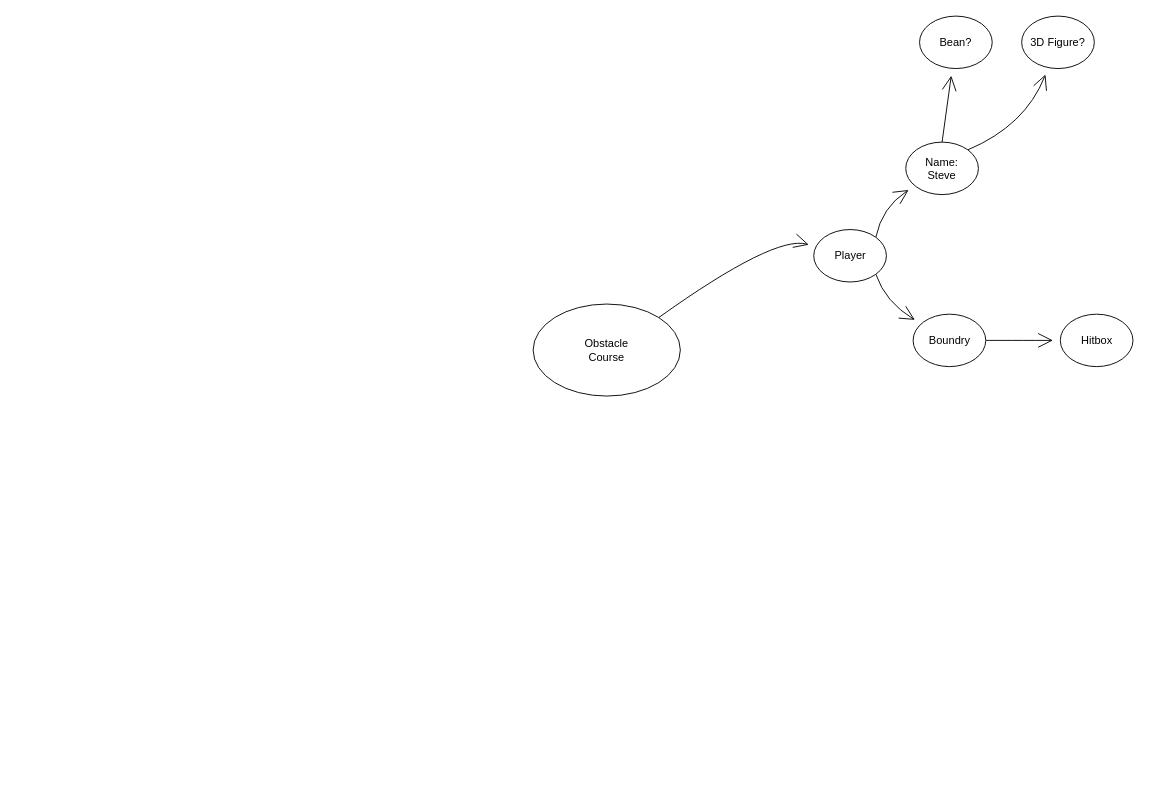
This is Obstacle Course_UnityLearning.drawio from i1salamakha/ObstacleCourse_LearningUnity, a draw.io file, before an edit. Source tidied: cells renumbered, new cells numbered last; positions are measured from the earlier drawing's top-left corner, leaving out a move shared by most shapes. Both pictures are drawn from the tidied source at 92%, with x=0, y=0 at pixel (533, 16).
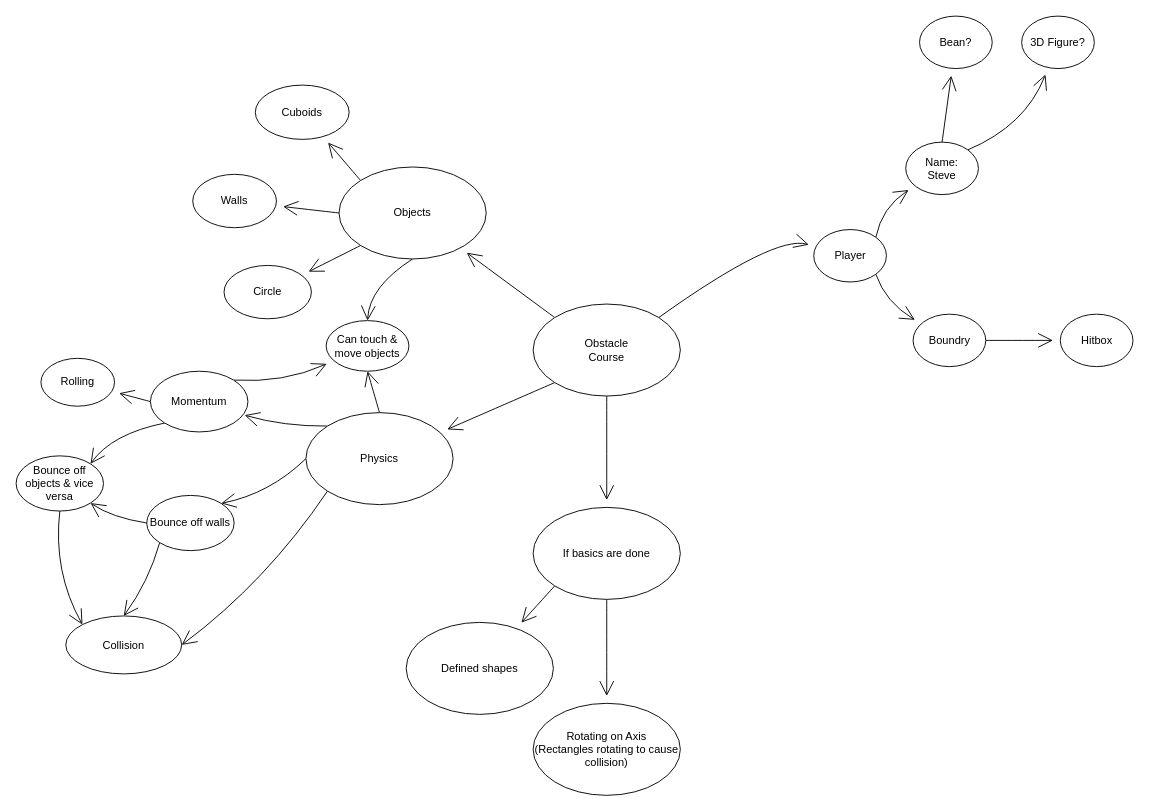
After the change.

Unchanged cells that the change refers to:
```xml
<mxCell id="2" style="ellipse;whiteSpace=wrap;html=1;hachureGap=4;" parent="1" vertex="1">
  <mxGeometry y="313" width="160" height="100" as="geometry" />
</mxCell>
```

The edit, as a diff of the source:
```diff
@@
+    <mxCell id="19" style="edgeStyle=none;curved=1;rounded=0;jettySize=auto;html=1;exitX=0;exitY=0;exitDx=0;exitDy=0;endArrow=open;startSize=14;endSize=14;sourcePerimeterSpacing=8;targetPerimeterSpacing=8;" parent="1" edge="1" source="2" target="26">
+      <mxGeometry relative="1" as="geometry" />
+    </mxCell>
+    <mxCell id="20" style="edgeStyle=none;curved=1;rounded=0;jettySize=auto;html=1;exitX=0.5;exitY=1;exitDx=0;exitDy=0;endArrow=open;startSize=14;endSize=14;sourcePerimeterSpacing=8;targetPerimeterSpacing=8;" parent="1" edge="1" source="2" target="29">
+      <mxGeometry relative="1" as="geometry" />
+    </mxCell>
+    <mxCell id="21" style="edgeStyle=none;curved=1;rounded=0;jettySize=auto;html=1;exitX=0;exitY=1;exitDx=0;exitDy=0;endArrow=open;startSize=14;endSize=14;sourcePerimeterSpacing=8;targetPerimeterSpacing=8;" parent="1" edge="1" source="2" target="34">
+      <mxGeometry relative="1" as="geometry" />
+    </mxCell>
@@
+    <mxCell id="22" style="edgeStyle=none;curved=1;rounded=0;jettySize=auto;html=1;exitX=0;exitY=1;exitDx=0;exitDy=0;endArrow=open;startSize=14;endSize=14;sourcePerimeterSpacing=8;targetPerimeterSpacing=8;" parent="1" edge="1" source="26" target="41">
+      <mxGeometry relative="1" as="geometry" />
+    </mxCell>
+    <mxCell id="23" style="edgeStyle=none;curved=1;rounded=0;jettySize=auto;html=1;exitX=0;exitY=0.5;exitDx=0;exitDy=0;endArrow=open;startSize=14;endSize=14;sourcePerimeterSpacing=8;targetPerimeterSpacing=8;" parent="1" edge="1" source="26" target="42">
+      <mxGeometry relative="1" as="geometry" />
+    </mxCell>
+    <mxCell id="24" style="edgeStyle=none;curved=1;rounded=0;jettySize=auto;html=1;exitX=0;exitY=0;exitDx=0;exitDy=0;endArrow=open;startSize=14;endSize=14;sourcePerimeterSpacing=8;targetPerimeterSpacing=8;" parent="1" edge="1" source="26" target="43">
+      <mxGeometry relative="1" as="geometry" />
+    </mxCell>
+    <mxCell id="25" style="edgeStyle=none;curved=1;rounded=0;jettySize=auto;html=1;exitX=0.5;exitY=1;exitDx=0;exitDy=0;entryX=0.5;entryY=0;entryDx=0;entryDy=0;endArrow=open;startSize=14;endSize=14;sourcePerimeterSpacing=8;targetPerimeterSpacing=8;" parent="1" edge="1" source="26" target="45">
+      <mxGeometry relative="1" as="geometry">
+        <Array as="points">
+          <mxPoint x="-178" y="294" />
+        </Array>
+      </mxGeometry>
+    </mxCell>
+    <mxCell id="26" value="Objects" style="ellipse;whiteSpace=wrap;html=1;hachureGap=4;" parent="1" vertex="1">
+      <mxGeometry x="-211" y="164" width="160" height="100" as="geometry" />
+    </mxCell>
+    <mxCell id="27" style="edgeStyle=none;curved=1;rounded=0;jettySize=auto;html=1;exitX=0;exitY=1;exitDx=0;exitDy=0;endArrow=open;startSize=14;endSize=14;sourcePerimeterSpacing=8;targetPerimeterSpacing=8;" parent="1" edge="1" source="29" target="35">
+      <mxGeometry relative="1" as="geometry" />
+    </mxCell>
+    <mxCell id="28" style="edgeStyle=none;curved=1;rounded=0;jettySize=auto;html=1;exitX=0.5;exitY=1;exitDx=0;exitDy=0;endArrow=open;startSize=14;endSize=14;sourcePerimeterSpacing=8;targetPerimeterSpacing=8;" parent="1" edge="1" source="29" target="36">
+      <mxGeometry relative="1" as="geometry" />
+    </mxCell>
+    <mxCell id="29" value="If basics are done" style="ellipse;whiteSpace=wrap;html=1;hachureGap=4;" parent="1" vertex="1">
+      <mxGeometry y="534" width="160" height="100" as="geometry" />
+    </mxCell>
+    <mxCell id="30" style="edgeStyle=none;curved=1;rounded=0;jettySize=auto;html=1;exitX=0;exitY=0;exitDx=0;exitDy=0;endArrow=open;startSize=14;endSize=14;sourcePerimeterSpacing=8;targetPerimeterSpacing=8;entryX=0.966;entryY=0.724;entryDx=0;entryDy=0;entryPerimeter=0;" parent="1" edge="1" source="34" target="40">
+      <mxGeometry relative="1" as="geometry">
+        <Array as="points">
+          <mxPoint x="-271" y="446" />
+        </Array>
+      </mxGeometry>
+    </mxCell>
+    <mxCell id="31" style="edgeStyle=none;curved=1;rounded=0;jettySize=auto;html=1;exitX=0.5;exitY=0;exitDx=0;exitDy=0;entryX=0.5;entryY=1;entryDx=0;entryDy=0;endArrow=open;startSize=14;endSize=14;sourcePerimeterSpacing=8;targetPerimeterSpacing=8;" parent="1" edge="1" source="34" target="45">
+      <mxGeometry relative="1" as="geometry" />
+    </mxCell>
+    <mxCell id="32" style="edgeStyle=none;curved=1;rounded=0;jettySize=auto;html=1;exitX=0;exitY=0.5;exitDx=0;exitDy=0;endArrow=open;startSize=14;endSize=14;sourcePerimeterSpacing=8;targetPerimeterSpacing=8;entryX=1;entryY=0;entryDx=0;entryDy=0;" parent="1" edge="1" source="34" target="48">
+      <mxGeometry relative="1" as="geometry">
+        <Array as="points">
+          <mxPoint x="-286" y="519" />
+        </Array>
+      </mxGeometry>
+    </mxCell>
+    <mxCell id="33" style="edgeStyle=none;curved=1;rounded=0;jettySize=auto;html=1;exitX=0;exitY=1;exitDx=0;exitDy=0;endArrow=open;startSize=14;endSize=14;sourcePerimeterSpacing=8;targetPerimeterSpacing=8;entryX=1;entryY=0.5;entryDx=0;entryDy=0;" parent="1" edge="1" source="34" target="51">
+      <mxGeometry relative="1" as="geometry">
+        <Array as="points">
+          <mxPoint x="-290" y="615" />
+        </Array>
+      </mxGeometry>
+    </mxCell>
+    <mxCell id="34" value="Physics" style="ellipse;whiteSpace=wrap;html=1;hachureGap=4;" parent="1" vertex="1">
+      <mxGeometry x="-247" y="431" width="160" height="100" as="geometry" />
+    </mxCell>
+    <mxCell id="35" value="Defined shapes" style="ellipse;whiteSpace=wrap;html=1;hachureGap=4;" parent="1" vertex="1">
+      <mxGeometry x="-138" y="659" width="160" height="100" as="geometry" />
+    </mxCell>
+    <mxCell id="36" value="Rotating on Axis&lt;br&gt;(Rectangles rotating to cause collision)" style="ellipse;whiteSpace=wrap;html=1;hachureGap=4;" parent="1" vertex="1">
+      <mxGeometry y="747" width="160" height="100" as="geometry" />
+    </mxCell>
+    <mxCell id="37" style="edgeStyle=none;curved=1;rounded=0;jettySize=auto;html=1;exitX=0;exitY=0.5;exitDx=0;exitDy=0;endArrow=open;startSize=14;endSize=14;sourcePerimeterSpacing=8;targetPerimeterSpacing=8;" parent="1" edge="1" source="40" target="44">
+      <mxGeometry relative="1" as="geometry" />
+    </mxCell>
+    <mxCell id="38" style="edgeStyle=none;curved=1;rounded=0;jettySize=auto;html=1;exitX=1;exitY=0;exitDx=0;exitDy=0;endArrow=open;startSize=14;endSize=14;sourcePerimeterSpacing=8;targetPerimeterSpacing=8;" parent="1" edge="1" source="40" target="45">
+      <mxGeometry relative="1" as="geometry">
+        <Array as="points">
+          <mxPoint x="-271" y="399" />
+        </Array>
+      </mxGeometry>
+    </mxCell>
+    <mxCell id="39" style="edgeStyle=none;curved=1;rounded=0;jettySize=auto;html=1;exitX=0;exitY=1;exitDx=0;exitDy=0;entryX=1;entryY=0;entryDx=0;entryDy=0;endArrow=open;startSize=14;endSize=14;sourcePerimeterSpacing=8;targetPerimeterSpacing=8;" parent="1" edge="1" source="40" target="50">
+      <mxGeometry relative="1" as="geometry">
+        <Array as="points">
+          <mxPoint x="-458" y="454" />
+        </Array>
+      </mxGeometry>
+    </mxCell>
+    <mxCell id="40" value="Momentum" style="ellipse;whiteSpace=wrap;html=1;hachureGap=4;" parent="1" vertex="1">
+      <mxGeometry x="-416" y="386" width="106" height="66" as="geometry" />
+    </mxCell>
+    <mxCell id="41" value="Circle" style="ellipse;whiteSpace=wrap;html=1;hachureGap=4;" parent="1" vertex="1">
+      <mxGeometry x="-336" y="271" width="95" height="58" as="geometry" />
+    </mxCell>
+    <mxCell id="42" value="Walls" style="ellipse;whiteSpace=wrap;html=1;hachureGap=4;" parent="1" vertex="1">
+      <mxGeometry x="-370" y="172" width="91" height="58" as="geometry" />
+    </mxCell>
+    <mxCell id="43" value="Cuboids" style="ellipse;whiteSpace=wrap;html=1;hachureGap=4;" parent="1" vertex="1">
+      <mxGeometry x="-302" y="75" width="102" height="59" as="geometry" />
+    </mxCell>
+    <mxCell id="44" value="Rolling" style="ellipse;whiteSpace=wrap;html=1;hachureGap=4;" parent="1" vertex="1">
+      <mxGeometry x="-535" y="372" width="80" height="52" as="geometry" />
+    </mxCell>
+    <mxCell id="45" value="Can touch &amp;amp; move objects" style="ellipse;whiteSpace=wrap;html=1;hachureGap=4;" parent="1" vertex="1">
+      <mxGeometry x="-225" y="331" width="90" height="55" as="geometry" />
+    </mxCell>
+    <mxCell id="46" style="edgeStyle=none;curved=1;rounded=0;jettySize=auto;html=1;exitX=0;exitY=0.5;exitDx=0;exitDy=0;endArrow=open;startSize=14;endSize=14;sourcePerimeterSpacing=8;targetPerimeterSpacing=8;entryX=1;entryY=1;entryDx=0;entryDy=0;" parent="1" edge="1" source="48" target="50">
+      <mxGeometry relative="1" as="geometry">
+        <Array as="points">
+          <mxPoint x="-458" y="545" />
+        </Array>
+      </mxGeometry>
+    </mxCell>
+    <mxCell id="47" style="edgeStyle=none;curved=1;rounded=0;jettySize=auto;html=1;exitX=0;exitY=1;exitDx=0;exitDy=0;entryX=0.5;entryY=0;entryDx=0;entryDy=0;endArrow=open;startSize=14;endSize=14;sourcePerimeterSpacing=8;targetPerimeterSpacing=8;" parent="1" edge="1" source="48" target="51">
+      <mxGeometry relative="1" as="geometry">
+        <Array as="points">
+          <mxPoint x="-418" y="615" />
+        </Array>
+      </mxGeometry>
+    </mxCell>
+    <mxCell id="48" value="Bounce off walls" style="ellipse;whiteSpace=wrap;html=1;hachureGap=4;" parent="1" vertex="1">
+      <mxGeometry x="-420" y="521" width="95" height="60" as="geometry" />
+    </mxCell>
+    <mxCell id="49" style="edgeStyle=none;curved=1;rounded=0;jettySize=auto;html=1;exitX=0.5;exitY=1;exitDx=0;exitDy=0;entryX=0;entryY=0;entryDx=0;entryDy=0;endArrow=open;startSize=14;endSize=14;sourcePerimeterSpacing=8;targetPerimeterSpacing=8;" parent="1" edge="1" source="50" target="51">
+      <mxGeometry relative="1" as="geometry">
+        <Array as="points">
+          <mxPoint x="-522" y="604" />
+        </Array>
+      </mxGeometry>
+    </mxCell>
+    <mxCell id="50" value="Bounce off objects &amp;amp; vice versa" style="ellipse;whiteSpace=wrap;html=1;hachureGap=4;" parent="1" vertex="1">
+      <mxGeometry x="-562" y="478" width="95" height="60" as="geometry" />
+    </mxCell>
+    <mxCell id="51" value="Collision" style="ellipse;whiteSpace=wrap;html=1;hachureGap=4;" parent="1" vertex="1">
+      <mxGeometry x="-508" y="652" width="126" height="63" as="geometry" />
+    </mxCell>
```
